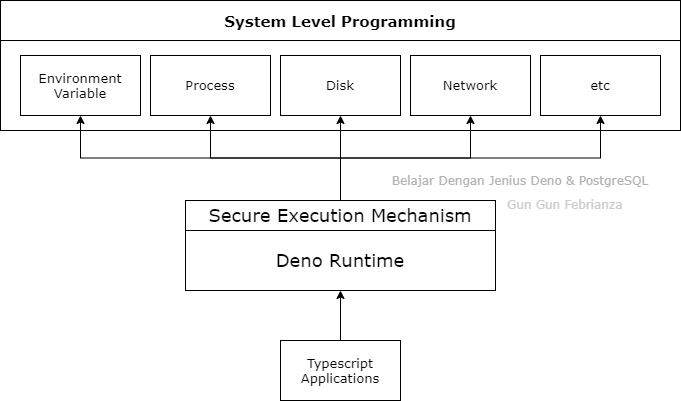
The draw.io diagram Assets/SecureExecutionMechanism.png in gungunfebrianza/Belajar-Dengan-Jenius-DenoTheWKWKLand, before a commit. Source tidied: cells renumbered, new cells last; positions are measured from the earlier drawing's top-left corner, leaving out a move shared by most shapes. The source it was exported from:
```xml
<mxGraphModel>
  <root>
    <mxCell id="0" />
    <mxCell id="1" parent="0" />
    <mxCell id="2" style="rounded=0;whiteSpace=wrap;html=1;glass=0;fontFamily=Verdana;" parent="1" vertex="1">
      <mxGeometry width="680" height="130" as="geometry" />
    </mxCell>
    <mxCell id="3" value="&lt;font style=&quot;font-size: 13px&quot;&gt;Disk&lt;/font&gt;" style="rounded=0;whiteSpace=wrap;html=1;glass=0;fontFamily=Verdana;" parent="1" vertex="1">
      <mxGeometry x="280" y="55" width="120" height="60" as="geometry" />
    </mxCell>
    <mxCell id="4" value="&lt;font style=&quot;font-size: 13px&quot;&gt;Network&lt;/font&gt;" style="rounded=0;whiteSpace=wrap;html=1;glass=0;fontFamily=Verdana;" parent="1" vertex="1">
      <mxGeometry x="410" y="55" width="120" height="60" as="geometry" />
    </mxCell>
    <mxCell id="5" value="&lt;font style=&quot;font-size: 13px&quot;&gt;Process&lt;/font&gt;" style="rounded=0;whiteSpace=wrap;html=1;glass=0;fontFamily=Verdana;" parent="1" vertex="1">
      <mxGeometry x="150" y="55" width="120" height="60" as="geometry" />
    </mxCell>
    <mxCell id="6" value="&lt;font style=&quot;font-size: 13px&quot;&gt;Environment Variable&lt;/font&gt;" style="rounded=0;whiteSpace=wrap;html=1;glass=0;fontFamily=Verdana;" parent="1" vertex="1">
      <mxGeometry x="20" y="55" width="120" height="60" as="geometry" />
    </mxCell>
    <mxCell id="7" value="&lt;font style=&quot;font-size: 13px&quot;&gt;etc&lt;/font&gt;" style="rounded=0;whiteSpace=wrap;html=1;glass=0;fontFamily=Verdana;" parent="1" vertex="1">
      <mxGeometry x="540" y="55" width="120" height="60" as="geometry" />
    </mxCell>
    <mxCell id="8" value="&lt;b&gt;&lt;font style=&quot;font-size: 15px&quot;&gt;System Level Programming&lt;/font&gt;&lt;/b&gt;" style="rounded=0;whiteSpace=wrap;html=1;glass=0;fontFamily=Verdana;" parent="1" vertex="1">
      <mxGeometry width="680" height="40" as="geometry" />
    </mxCell>
    <mxCell id="9" style="edgeStyle=orthogonalEdgeStyle;rounded=0;jettySize=auto;html=1;exitX=0.5;exitY=0;exitDx=0;exitDy=0;entryX=0.5;entryY=1;entryDx=0;entryDy=0;fontFamily=Verdana;" parent="1" edge="1" source="14" target="6">
      <mxGeometry relative="1" as="geometry" />
    </mxCell>
    <mxCell id="10" style="edgeStyle=orthogonalEdgeStyle;rounded=0;jettySize=auto;html=1;exitX=0.5;exitY=0;exitDx=0;exitDy=0;entryX=0.5;entryY=1;entryDx=0;entryDy=0;fontFamily=Verdana;" parent="1" edge="1" source="14" target="7">
      <mxGeometry relative="1" as="geometry" />
    </mxCell>
    <mxCell id="11" style="edgeStyle=orthogonalEdgeStyle;rounded=0;jettySize=auto;html=1;exitX=0.5;exitY=0;exitDx=0;exitDy=0;fontFamily=Verdana;" parent="1" edge="1" source="14" target="3">
      <mxGeometry relative="1" as="geometry" />
    </mxCell>
    <mxCell id="12" style="edgeStyle=orthogonalEdgeStyle;rounded=0;jettySize=auto;html=1;exitX=0.5;exitY=0;exitDx=0;exitDy=0;fontFamily=Verdana;" parent="1" edge="1" source="14" target="4">
      <mxGeometry relative="1" as="geometry" />
    </mxCell>
    <mxCell id="13" style="edgeStyle=orthogonalEdgeStyle;rounded=0;jettySize=auto;html=1;exitX=0.5;exitY=0;exitDx=0;exitDy=0;entryX=0.5;entryY=1;entryDx=0;entryDy=0;fontFamily=Verdana;" parent="1" edge="1" source="14" target="5">
      <mxGeometry relative="1" as="geometry" />
    </mxCell>
    <mxCell id="14" value="&lt;font style=&quot;font-size: 18px&quot;&gt;Secure Execution Mechanism&lt;/font&gt;" style="rounded=0;whiteSpace=wrap;html=1;glass=0;fontFamily=Verdana;" parent="1" vertex="1">
      <mxGeometry x="185" y="200" width="310" height="30" as="geometry" />
    </mxCell>
    <mxCell id="15" style="edgeStyle=orthogonalEdgeStyle;rounded=0;jettySize=auto;html=1;exitX=0.5;exitY=0;exitDx=0;exitDy=0;entryX=0.5;entryY=1;entryDx=0;entryDy=0;fontFamily=Verdana;" parent="1" edge="1" source="16" target="17">
      <mxGeometry relative="1" as="geometry" />
    </mxCell>
    <mxCell id="16" value="&lt;font style=&quot;font-size: 13px&quot;&gt;Typescript Applications&lt;/font&gt;" style="rounded=0;whiteSpace=wrap;html=1;glass=0;fontFamily=Verdana;" parent="1" vertex="1">
      <mxGeometry x="280" y="340" width="120" height="60" as="geometry" />
    </mxCell>
    <mxCell id="17" value="&lt;font style=&quot;font-size: 18px&quot;&gt;Deno Runtime&lt;/font&gt;" style="rounded=0;whiteSpace=wrap;html=1;glass=0;fontFamily=Verdana;" parent="1" vertex="1">
      <mxGeometry x="185" y="230" width="310" height="60" as="geometry" />
    </mxCell>
    <mxCell id="18" value="&lt;font style=&quot;font-size: 12px&quot; color=&quot;#b3b3b3&quot;&gt;Belajar Dengan Jenius Deno &amp;amp; PostgreSQL&lt;/font&gt;" style="text;html=1;strokeColor=none;fillColor=none;align=center;verticalAlign=middle;whiteSpace=wrap;rounded=0;fontFamily=Verdana;fontSize=13;" parent="1" vertex="1">
      <mxGeometry x="380" y="170" width="280" height="20" as="geometry" />
    </mxCell>
    <mxCell id="19" value="&lt;span style=&quot;font-family: &amp;#34;verdana&amp;#34; ; font-size: 12px ; font-style: normal ; font-weight: 400 ; letter-spacing: normal ; text-align: center ; text-indent: 0px ; text-transform: none ; word-spacing: 0px ; float: none ; display: inline&quot;&gt;&lt;font color=&quot;#cccccc&quot;&gt;Gun Gun Febrianza&lt;/font&gt;&lt;/span&gt;" style="text;whiteSpace=wrap;html=1;fontSize=13;fontFamily=Verdana;" parent="1" vertex="1">
      <mxGeometry x="505" y="190" width="130" height="30" as="geometry" />
    </mxCell>
  </root>
</mxGraphModel>
```
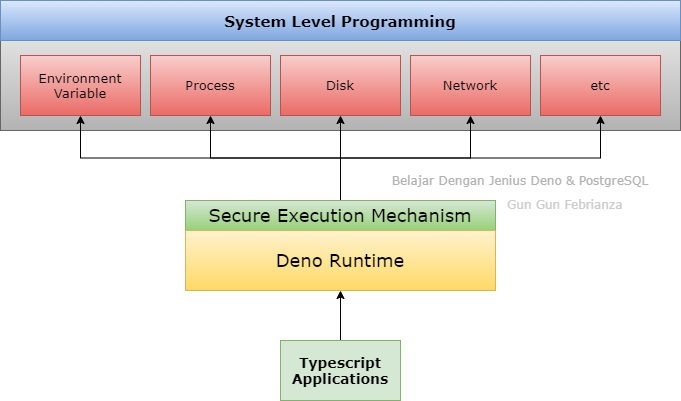
Above is the later version.

Commit message:
Add Assets SecureExecution

Change to the diagram source:
```diff
@@ -2,25 +2,25 @@
   <root>
     <mxCell id="0" />
     <mxCell id="1" parent="0" />
-    <mxCell id="2" style="rounded=0;whiteSpace=wrap;html=1;glass=0;fontFamily=Verdana;" parent="1" vertex="1">
+    <mxCell id="2" style="rounded=0;whiteSpace=wrap;html=1;glass=0;fontFamily=Verdana;gradientColor=#b3b3b3;fillColor=#f5f5f5;strokeColor=#666666;" parent="1" vertex="1">
       <mxGeometry width="680" height="130" as="geometry" />
     </mxCell>
-    <mxCell id="3" value="&lt;font style=&quot;font-size: 13px&quot;&gt;Disk&lt;/font&gt;" style="rounded=0;whiteSpace=wrap;html=1;glass=0;fontFamily=Verdana;" parent="1" vertex="1">
+    <mxCell id="3" value="&lt;font style=&quot;font-size: 13px&quot;&gt;Disk&lt;/font&gt;" style="rounded=0;whiteSpace=wrap;html=1;glass=0;fontFamily=Verdana;gradientColor=#ea6b66;fillColor=#f8cecc;strokeColor=#b85450;" parent="1" vertex="1">
       <mxGeometry x="280" y="55" width="120" height="60" as="geometry" />
     </mxCell>
-    <mxCell id="4" value="&lt;font style=&quot;font-size: 13px&quot;&gt;Network&lt;/font&gt;" style="rounded=0;whiteSpace=wrap;html=1;glass=0;fontFamily=Verdana;" parent="1" vertex="1">
+    <mxCell id="4" value="&lt;font style=&quot;font-size: 13px&quot;&gt;Network&lt;/font&gt;" style="rounded=0;whiteSpace=wrap;html=1;glass=0;fontFamily=Verdana;gradientColor=#ea6b66;fillColor=#f8cecc;strokeColor=#b85450;" parent="1" vertex="1">
       <mxGeometry x="410" y="55" width="120" height="60" as="geometry" />
     </mxCell>
-    <mxCell id="5" value="&lt;font style=&quot;font-size: 13px&quot;&gt;Process&lt;/font&gt;" style="rounded=0;whiteSpace=wrap;html=1;glass=0;fontFamily=Verdana;" parent="1" vertex="1">
+    <mxCell id="5" value="&lt;font style=&quot;font-size: 13px&quot;&gt;Process&lt;/font&gt;" style="rounded=0;whiteSpace=wrap;html=1;glass=0;fontFamily=Verdana;gradientColor=#ea6b66;fillColor=#f8cecc;strokeColor=#b85450;" parent="1" vertex="1">
       <mxGeometry x="150" y="55" width="120" height="60" as="geometry" />
     </mxCell>
-    <mxCell id="6" value="&lt;font style=&quot;font-size: 13px&quot;&gt;Environment Variable&lt;/font&gt;" style="rounded=0;whiteSpace=wrap;html=1;glass=0;fontFamily=Verdana;" parent="1" vertex="1">
+    <mxCell id="6" value="&lt;font style=&quot;font-size: 13px&quot;&gt;Environment Variable&lt;/font&gt;" style="rounded=0;whiteSpace=wrap;html=1;glass=0;fontFamily=Verdana;gradientColor=#ea6b66;fillColor=#f8cecc;strokeColor=#b85450;" parent="1" vertex="1">
       <mxGeometry x="20" y="55" width="120" height="60" as="geometry" />
     </mxCell>
-    <mxCell id="7" value="&lt;font style=&quot;font-size: 13px&quot;&gt;etc&lt;/font&gt;" style="rounded=0;whiteSpace=wrap;html=1;glass=0;fontFamily=Verdana;" parent="1" vertex="1">
+    <mxCell id="7" value="&lt;font style=&quot;font-size: 13px&quot;&gt;etc&lt;/font&gt;" style="rounded=0;whiteSpace=wrap;html=1;glass=0;fontFamily=Verdana;gradientColor=#ea6b66;fillColor=#f8cecc;strokeColor=#b85450;" parent="1" vertex="1">
       <mxGeometry x="540" y="55" width="120" height="60" as="geometry" />
     </mxCell>
-    <mxCell id="8" value="&lt;b&gt;&lt;font style=&quot;font-size: 15px&quot;&gt;System Level Programming&lt;/font&gt;&lt;/b&gt;" style="rounded=0;whiteSpace=wrap;html=1;glass=0;fontFamily=Verdana;" parent="1" vertex="1">
+    <mxCell id="8" value="&lt;b&gt;&lt;font style=&quot;font-size: 15px&quot;&gt;System Level Programming&lt;/font&gt;&lt;/b&gt;" style="rounded=0;whiteSpace=wrap;html=1;glass=0;fontFamily=Verdana;gradientColor=#7ea6e0;fillColor=#dae8fc;strokeColor=#6c8ebf;" parent="1" vertex="1">
       <mxGeometry width="680" height="40" as="geometry" />
     </mxCell>
     <mxCell id="9" style="edgeStyle=orthogonalEdgeStyle;rounded=0;jettySize=auto;html=1;exitX=0.5;exitY=0;exitDx=0;exitDy=0;entryX=0.5;entryY=1;entryDx=0;entryDy=0;fontFamily=Verdana;" parent="1" edge="1" source="14" target="6">
@@ -38,16 +38,16 @@
     <mxCell id="13" style="edgeStyle=orthogonalEdgeStyle;rounded=0;jettySize=auto;html=1;exitX=0.5;exitY=0;exitDx=0;exitDy=0;entryX=0.5;entryY=1;entryDx=0;entryDy=0;fontFamily=Verdana;" parent="1" edge="1" source="14" target="5">
       <mxGeometry relative="1" as="geometry" />
     </mxCell>
-    <mxCell id="14" value="&lt;font style=&quot;font-size: 18px&quot;&gt;Secure Execution Mechanism&lt;/font&gt;" style="rounded=0;whiteSpace=wrap;html=1;glass=0;fontFamily=Verdana;" parent="1" vertex="1">
+    <mxCell id="14" value="&lt;font style=&quot;font-size: 18px&quot;&gt;Secure Execution Mechanism&lt;/font&gt;" style="rounded=0;whiteSpace=wrap;html=1;glass=0;fontFamily=Verdana;gradientColor=#97d077;fillColor=#d5e8d4;strokeColor=#82b366;" parent="1" vertex="1">
       <mxGeometry x="185" y="200" width="310" height="30" as="geometry" />
     </mxCell>
     <mxCell id="15" style="edgeStyle=orthogonalEdgeStyle;rounded=0;jettySize=auto;html=1;exitX=0.5;exitY=0;exitDx=0;exitDy=0;entryX=0.5;entryY=1;entryDx=0;entryDy=0;fontFamily=Verdana;" parent="1" edge="1" source="16" target="17">
       <mxGeometry relative="1" as="geometry" />
     </mxCell>
-    <mxCell id="16" value="&lt;font style=&quot;font-size: 13px&quot;&gt;Typescript Applications&lt;/font&gt;" style="rounded=0;whiteSpace=wrap;html=1;glass=0;fontFamily=Verdana;" parent="1" vertex="1">
+    <mxCell id="16" value="&lt;font style=&quot;font-size: 14px&quot;&gt;&lt;b&gt;Typescript Applications&lt;/b&gt;&lt;/font&gt;" style="rounded=0;whiteSpace=wrap;html=1;glass=0;fontFamily=Verdana;fillColor=#d5e8d4;strokeColor=#82b366;" parent="1" vertex="1">
       <mxGeometry x="280" y="340" width="120" height="60" as="geometry" />
     </mxCell>
-    <mxCell id="17" value="&lt;font style=&quot;font-size: 18px&quot;&gt;Deno Runtime&lt;/font&gt;" style="rounded=0;whiteSpace=wrap;html=1;glass=0;fontFamily=Verdana;" parent="1" vertex="1">
+    <mxCell id="17" value="&lt;font style=&quot;font-size: 18px&quot;&gt;Deno Runtime&lt;/font&gt;" style="rounded=0;whiteSpace=wrap;html=1;glass=0;fontFamily=Verdana;gradientColor=#ffd966;fillColor=#fff2cc;strokeColor=#d6b656;" parent="1" vertex="1">
       <mxGeometry x="185" y="230" width="310" height="60" as="geometry" />
     </mxCell>
     <mxCell id="18" value="&lt;font style=&quot;font-size: 12px&quot; color=&quot;#b3b3b3&quot;&gt;Belajar Dengan Jenius Deno &amp;amp; PostgreSQL&lt;/font&gt;" style="text;html=1;strokeColor=none;fillColor=none;align=center;verticalAlign=middle;whiteSpace=wrap;rounded=0;fontFamily=Verdana;fontSize=13;" parent="1" vertex="1">
```
